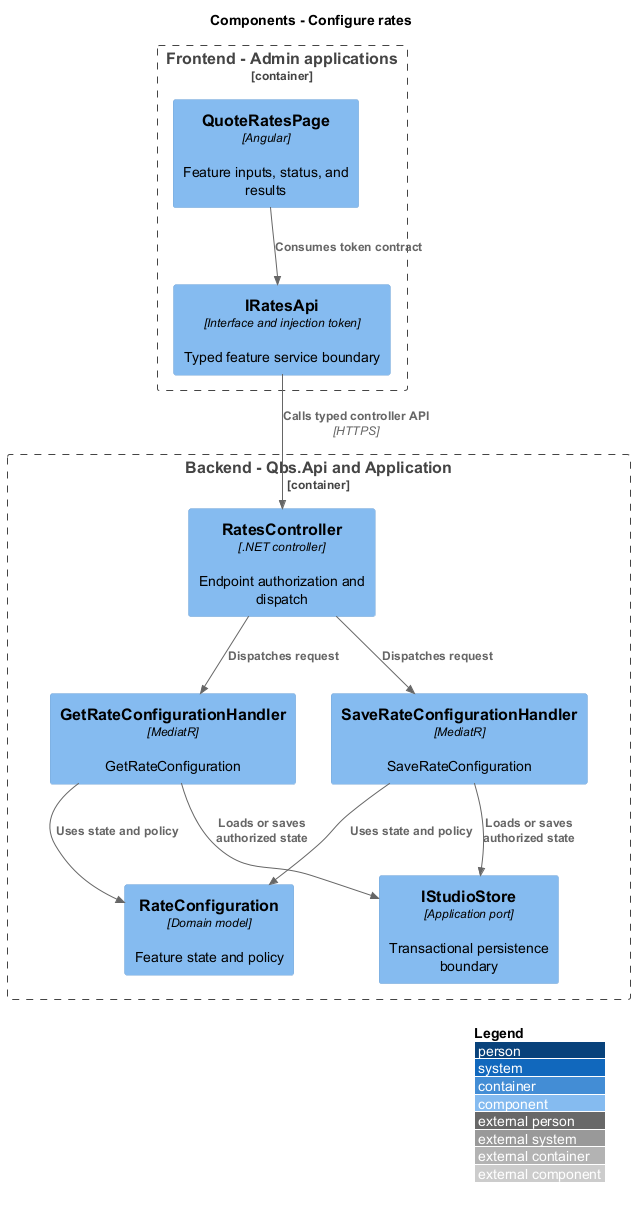
Earlier version of the PlantUML export docs/detailed-designs/quotations/configure-rates/diagrams/c4-component.png (QuinntyneBrown/quinntyne-brown-studio). Its diagram source:
```plantuml
@startuml
!include <C4/C4_Component>
LAYOUT_WITH_LEGEND()
title Components - Configure rates
Container_Boundary(frontend, "Frontend - Admin applications") {
 Component(page, "QuoteRatesPage", "Angular", "Feature inputs, status, and results")
 Component(client, "IRatesApi", "Interface and injection token", "Typed feature service boundary")
}
Container_Boundary(api, "Backend - Qbs.Api and Application") {
 Component(ctrl, "RatesController", ".NET controller", "Endpoint authorization and dispatch")
 Component(handler0, "GetRateConfigurationHandler", "MediatR", "GetRateConfiguration")
 Component(handler1, "SaveRateConfigurationHandler", "MediatR", "SaveRateConfiguration")
 Component(entity, "RateConfiguration", "Domain model", "Feature state and policy")
 Component(store, "IStudioStore", "Application port", "Transactional persistence boundary")
}
Rel(page, client, "Consumes token contract")
Rel(client, ctrl, "Calls typed controller API", "HTTPS")
Rel(ctrl, handler0, "Dispatches request")
Rel(handler0, entity, "Uses state and policy")
Rel(handler0, store, "Loads or saves authorized state")
Rel(ctrl, handler1, "Dispatches request")
Rel(handler1, entity, "Uses state and policy")
Rel(handler1, store, "Loads or saves authorized state")
@enduml
```
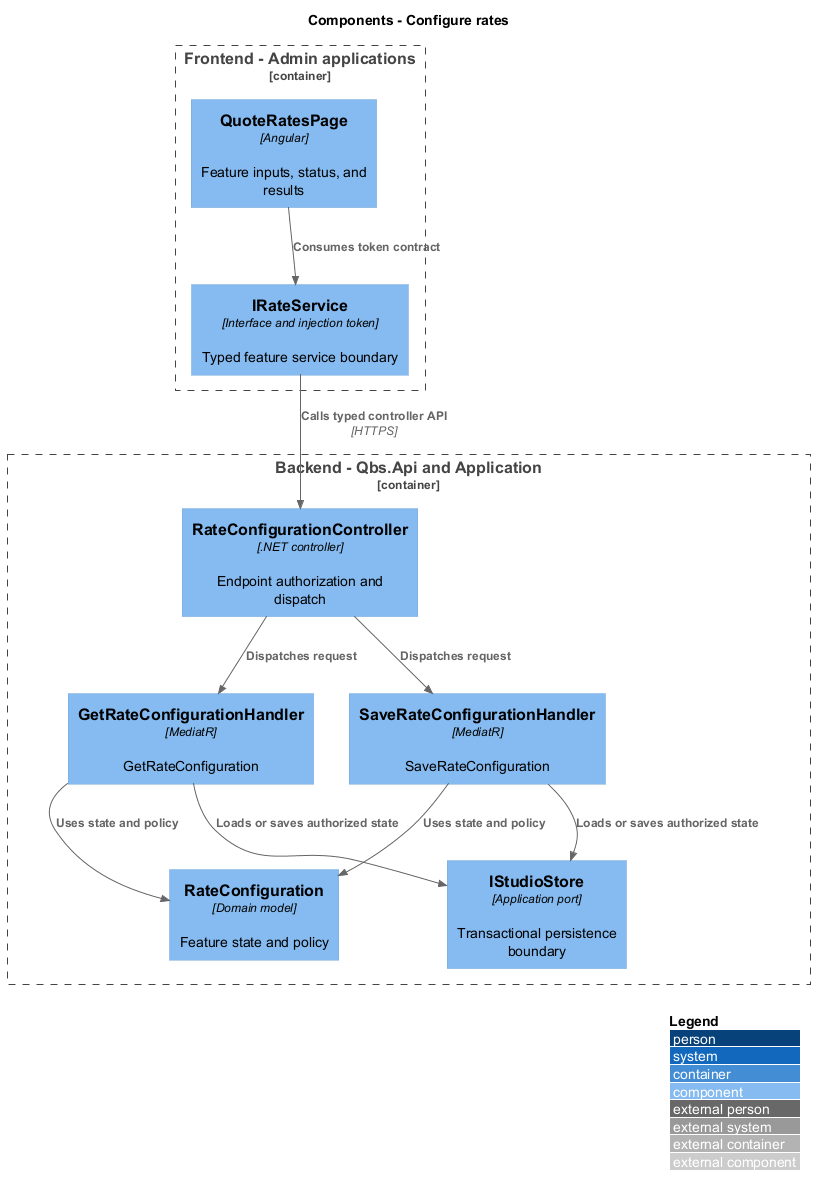
After the commit.

Diff of the diagram source:
```diff
@@ -4,10 +4,10 @@
 title Components - Configure rates
 Container_Boundary(frontend, "Frontend - Admin applications") {
  Component(page, "QuoteRatesPage", "Angular", "Feature inputs, status, and results")
- Component(client, "IRatesApi", "Interface and injection token", "Typed feature service boundary")
+ Component(client, "IRateService", "Interface and injection token", "Typed feature service boundary")
 }
 Container_Boundary(api, "Backend - Qbs.Api and Application") {
- Component(ctrl, "RatesController", ".NET controller", "Endpoint authorization and dispatch")
+ Component(ctrl, "RateConfigurationController", ".NET controller", "Endpoint authorization and dispatch")
  Component(handler0, "GetRateConfigurationHandler", "MediatR", "GetRateConfiguration")
  Component(handler1, "SaveRateConfigurationHandler", "MediatR", "SaveRateConfiguration")
  Component(entity, "RateConfiguration", "Domain model", "Feature state and policy")
```
